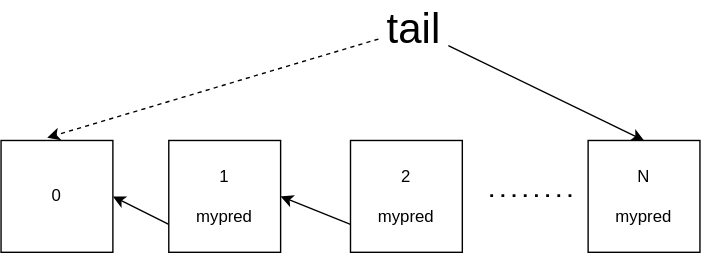
Before: assets/images/2022-pic/p1.svg, a diagram exported from draw.io (qianzheng0819/qianzheng0819.github.io). Source tidied: cells renumbered, new cells last; positions are measured from the earlier drawing's top-left corner, leaving out a move shared by most shapes.
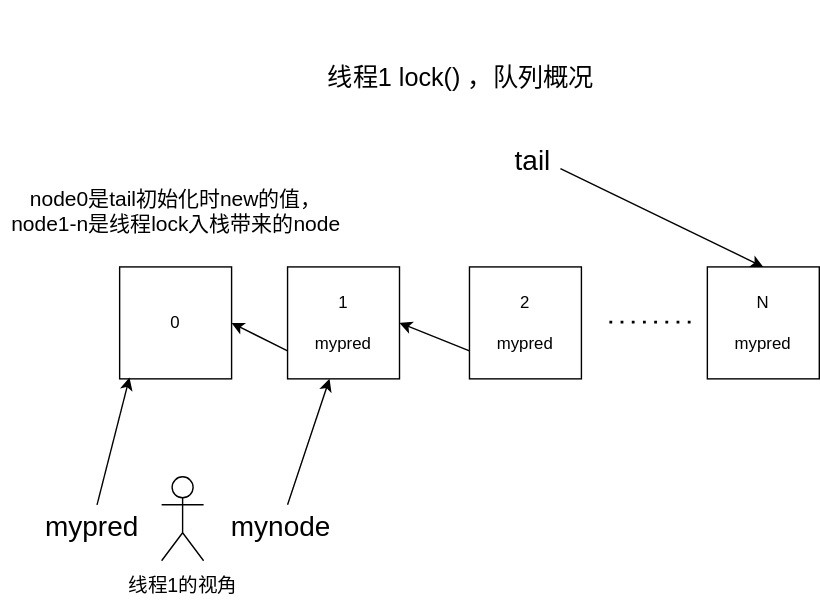
Above is the later version.

What changed in the source:
```diff
@@ -29,11 +29,29 @@
     <mxCell id="9" style="edgeStyle=none;html=1;entryX=0.5;entryY=0;entryDx=0;entryDy=0;fontSize=30;" parent="1" edge="1" source="10" target="7">
       <mxGeometry relative="1" as="geometry" />
     </mxCell>
-    <mxCell id="10" value="tail" style="text;html=1;align=center;verticalAlign=middle;points=[];strokeColor=none;fillColor=none;strokeWidth=1;fontSize=30;" parent="1" vertex="1">
-      <mxGeometry x="270" width="50" height="40" as="geometry" />
+    <mxCell id="10" value="&lt;font style=&quot;font-size: 20px&quot;&gt;tail&lt;/font&gt;" style="text;html=1;align=center;verticalAlign=middle;points=[];strokeColor=none;fillColor=none;strokeWidth=1;fontSize=30;" parent="1" vertex="1">
+      <mxGeometry x="275" width="40" height="40" as="geometry" />
     </mxCell>
-    <mxCell id="11" style="html=1;labelBackgroundColor=#ffffff;startArrow=none;startFill=0;startSize=6;endArrow=classic;endFill=1;endSize=6;jettySize=auto;strokeWidth=1;dashed=1;fontSize=14;entryX=0.413;entryY=-0.025;entryDx=0;entryDy=0;entryPerimeter=0;" parent="1" edge="1" source="10" target="2">
-      <mxGeometry relative="1" as="geometry" />
-    </mxCell>
+    <mxCell id="12" value="线程1 lock() ，队列概况" style="text;html=1;strokeColor=none;fillColor=none;align=center;verticalAlign=middle;whiteSpace=wrap;rounded=0;fontSize=18;" parent="1" vertex="1">
+      <mxGeometry x="141" y="-90" width="206" height="110" as="geometry" />
+    </mxCell>
+    <mxCell id="13" value="&lt;font style=&quot;font-size: 14px&quot;&gt;线程1的视角&lt;/font&gt;" style="shape=umlActor;verticalLabelPosition=bottom;verticalAlign=top;html=1;fontSize=18;" parent="1" vertex="1">
+      <mxGeometry x="30" y="250" width="30" height="60" as="geometry" />
+    </mxCell>
+    <mxCell id="14" style="edgeStyle=none;html=1;entryX=0.375;entryY=1;entryDx=0;entryDy=0;entryPerimeter=0;fontSize=20;" parent="1" edge="1" source="15" target="4">
+      <mxGeometry relative="1" as="geometry" />
+    </mxCell>
+    <mxCell id="15" value="mynode" style="text;html=1;align=center;verticalAlign=middle;points=[];strokeColor=none;fillColor=none;fontSize=20;" parent="1" vertex="1">
+      <mxGeometry x="70" y="270" width="90" height="30" as="geometry" />
+    </mxCell>
+    <mxCell id="16" style="edgeStyle=none;html=1;entryX=0.088;entryY=0.988;entryDx=0;entryDy=0;entryPerimeter=0;fontSize=20;" parent="1" edge="1" source="17" target="2">
+      <mxGeometry relative="1" as="geometry" />
+    </mxCell>
+    <mxCell id="17" value="mypred&lt;br&gt;" style="text;html=1;align=center;verticalAlign=middle;points=[];strokeColor=none;fillColor=none;fontSize=20;" parent="1" vertex="1">
+      <mxGeometry x="-60" y="270" width="80" height="30" as="geometry" />
+    </mxCell>
+    <mxCell id="18" value="&lt;font style=&quot;font-size: 15px&quot;&gt;node0是tail初始化时new的值，&lt;br&gt;node1-n是线程lock入栈带来的node&lt;br style=&quot;font-size: 15px&quot;&gt;&lt;/font&gt;" style="text;html=1;align=center;verticalAlign=middle;strokeColor=none;fillColor=none;fontSize=15;" parent="1" vertex="1">
+      <mxGeometry x="-85" y="40" width="250" height="40" as="geometry" />
+    </mxCell>
   </root>
 </mxGraphModel>
```
